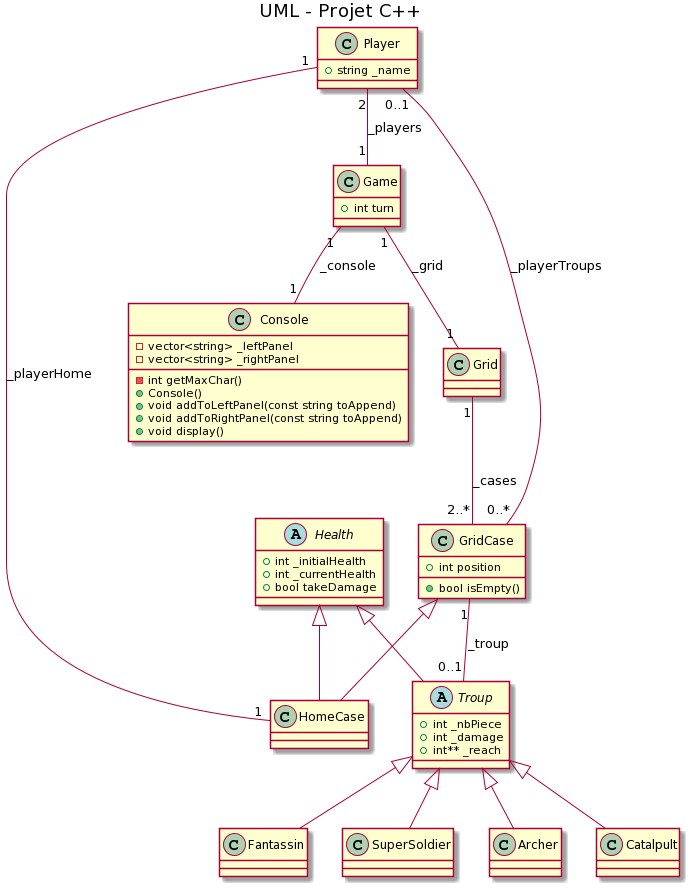
0xWryth/CLIAgeOfWar keeps this PlantUML diagram as doc/tempoUML_Class_Diagram.png. Above is the earlier version.
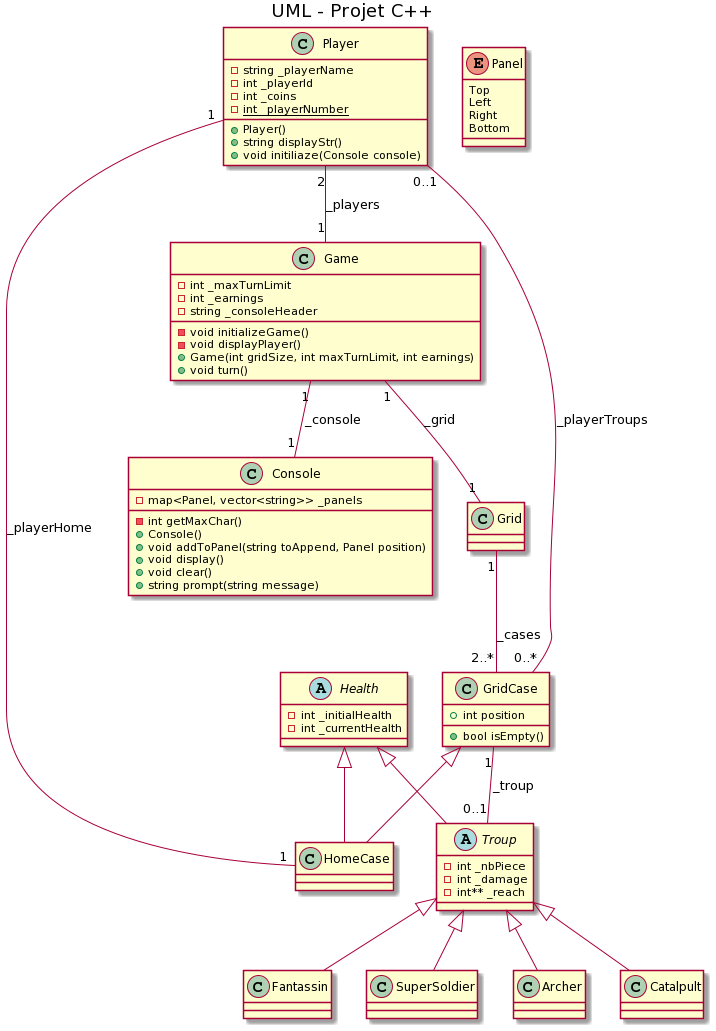
The same diagram one commit later.

Diff of the diagram source:
```diff
@@ -2,21 +2,27 @@
 title UML - Projet C++
 
 class Game {
-    + int turn
+    - int _maxTurnLimit
+    - int _earnings
+    - string _consoleHeader
+    - void initializeGame()
+    - void displayPlayer()
+    + Game(int gridSize, int maxTurnLimit, int earnings)
+    + void turn()
 }
 class Console {
-    - vector<string> _leftPanel
-    - vector<string> _rightPanel
+    - map<Panel, vector<string>> _panels
     - int getMaxChar()
     + Console()
-    + void addToLeftPanel(const string toAppend)
-    + void addToRightPanel(const string toAppend)
+    + void addToPanel(string toAppend, Panel position)
     + void display()
+    + void clear()
+    + string prompt(string message)
 }
 abstract class Troup {
-    + int _nbPiece
-    + int _damage
-    + int** _reach
+    - int _nbPiece
+    - int _damage
+    - int** _reach
 }
 class Grid
 class GridCase {
@@ -26,16 +32,27 @@
 class HomeCase {
 }
 abstract class Health {
-    + int _initialHealth
-    + int _currentHealth
-    + bool takeDamage
+    - int _initialHealth
+    - int _currentHealth
 }
 class Fantassin
 class SuperSoldier
 class Archer
 class Catalpult
 class Player {
-    + string _name
+    - string _playerName
+    - int _playerId
+    - int _coins
+    - {static} int _playerNumber
+    + Player()
+    + string displayStr()
+    + void initiliaze(Console console)
+}
+enum Panel {
+  Top
+  Left
+  Right
+  Bottom
 }
 
 Troup <|-- Fantassin
```
